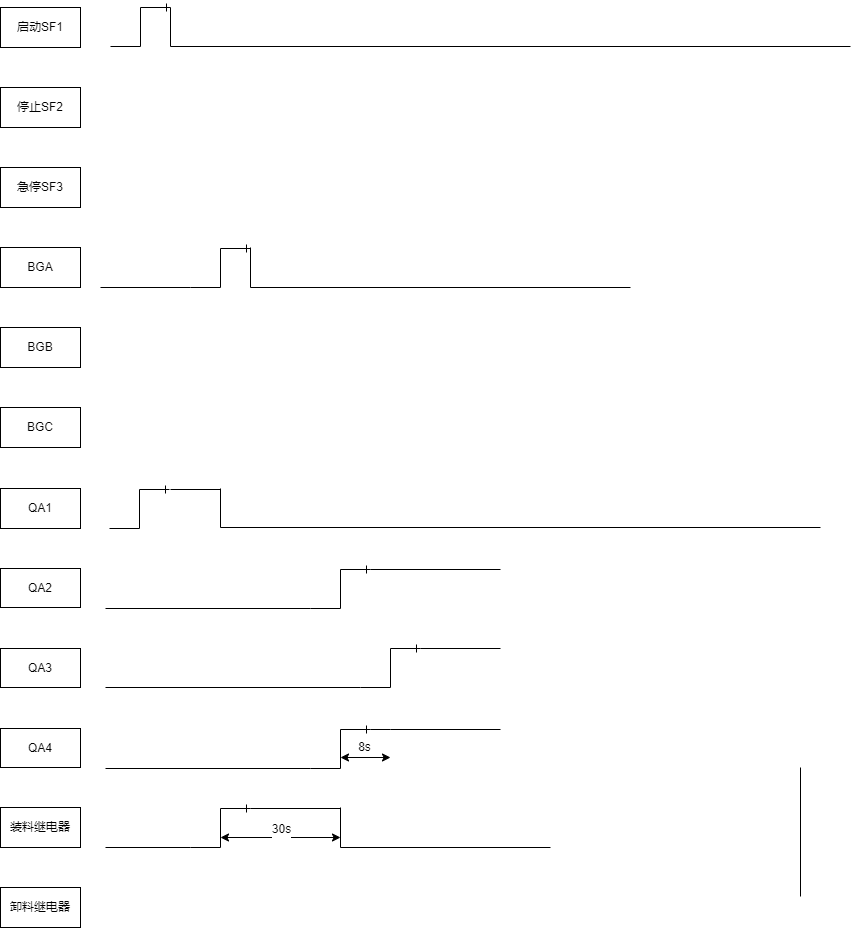
mj-allk/mjalk keeps this draw.io diagram as timedia.drawio.png. Above is the earlier version. Source tidied: cells renumbered, new cells last; positions are measured from the earlier drawing's top-left corner, leaving out a move shared by most shapes.
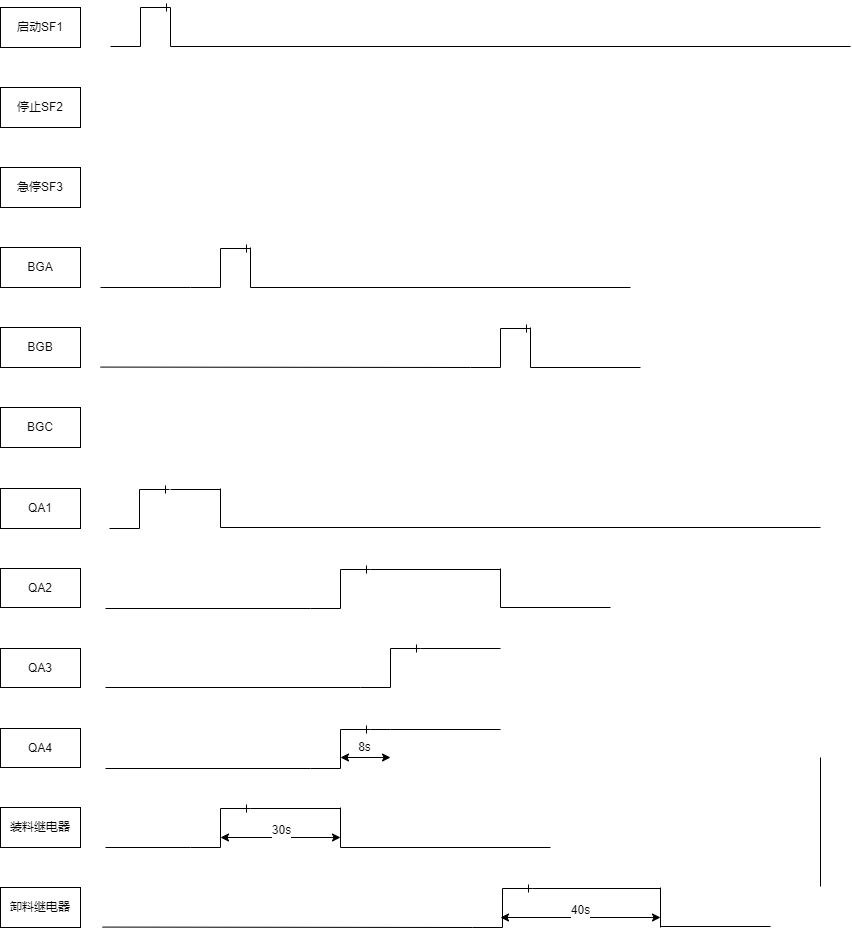
Above is the later version.

Change to the diagram source:
```diff
@@ -123,8 +123,8 @@
     </mxCell>
     <mxCell id="30" style="endArrow=none;html=1;rounded=0;" parent="1" edge="1">
       <mxGeometry relative="1" as="geometry">
-        <mxPoint x="800" y="889" as="sourcePoint" />
-        <mxPoint x="800" y="760" as="targetPoint" />
+        <mxPoint x="820" y="879" as="sourcePoint" />
+        <mxPoint x="820" y="750" as="targetPoint" />
       </mxGeometry>
     </mxCell>
     <mxCell id="31" style="endArrow=none;html=1;rounded=0;" parent="1" edge="1">
@@ -205,5 +205,70 @@
         <mxPoint x="500" y="722" as="targetPoint" />
       </mxGeometry>
     </mxCell>
+    <mxCell id="45" style="edgeStyle=entityRelationEdgeStyle;fontSize=12;html=1;endArrow=ERone;endFill=1;rounded=0;" parent="1" edge="1">
+      <mxGeometry relative="1" as="geometry">
+        <mxPoint x="470" y="360" as="sourcePoint" />
+        <mxPoint x="530" y="321" as="targetPoint" />
+      </mxGeometry>
+    </mxCell>
+    <mxCell id="46" style="endArrow=none;html=1;rounded=0;" parent="1" edge="1">
+      <mxGeometry relative="1" as="geometry">
+        <mxPoint x="530" y="360" as="sourcePoint" />
+        <mxPoint x="530" y="320" as="targetPoint" />
+      </mxGeometry>
+    </mxCell>
+    <mxCell id="47" style="line;strokeWidth=1;dashed=0;labelPosition=right;align=left;verticalAlign=middle;spacingTop=0;spacingLeft=6;" parent="1" vertex="1">
+      <mxGeometry x="530" y="355" width="110" height="10" as="geometry" />
+    </mxCell>
+    <mxCell id="48" style="endArrow=none;html=1;rounded=0;" parent="1" edge="1">
+      <mxGeometry relative="1" as="geometry">
+        <mxPoint x="100" y="359.6" as="sourcePoint" />
+        <mxPoint x="470" y="360" as="targetPoint" />
+      </mxGeometry>
+    </mxCell>
+    <mxCell id="49" style="endArrow=none;html=1;rounded=0;" parent="1" edge="1">
+      <mxGeometry relative="1" as="geometry">
+        <mxPoint x="500" y="600" as="sourcePoint" />
+        <mxPoint x="500" y="561" as="targetPoint" />
+      </mxGeometry>
+    </mxCell>
+    <mxCell id="50" style="line;strokeWidth=1;dashed=0;labelPosition=right;align=left;verticalAlign=middle;spacingTop=0;spacingLeft=6;" parent="1" vertex="1">
+      <mxGeometry x="500" y="595" width="110" height="10" as="geometry" />
+    </mxCell>
+    <mxCell id="51" style="edgeStyle=entityRelationEdgeStyle;fontSize=12;html=1;endArrow=ERone;endFill=1;rounded=0;" parent="1" edge="1">
+      <mxGeometry relative="1" as="geometry">
+        <mxPoint x="472" y="920" as="sourcePoint" />
+        <mxPoint x="532" y="881" as="targetPoint" />
+      </mxGeometry>
+    </mxCell>
+    <mxCell id="52" style="line;strokeWidth=1;dashed=0;labelPosition=right;align=left;verticalAlign=middle;spacingTop=0;spacingLeft=6;" parent="1" vertex="1">
+      <mxGeometry x="532" y="876" width="128" height="10" as="geometry" />
+    </mxCell>
+    <mxCell id="53" style="endArrow=none;html=1;rounded=0;" parent="1" edge="1">
+      <mxGeometry relative="1" as="geometry">
+        <mxPoint x="102" y="919.6" as="sourcePoint" />
+        <mxPoint x="472" y="920" as="targetPoint" />
+      </mxGeometry>
+    </mxCell>
+    <mxCell id="54" style="endArrow=classic;startArrow=classic;html=1;rounded=0;fontSize=18;" parent="1" edge="1">
+      <mxGeometry relative="1" as="geometry">
+        <mxPoint x="500" y="910" as="sourcePoint" />
+        <mxPoint x="660" y="910" as="targetPoint" />
+      </mxGeometry>
+    </mxCell>
+    <mxCell id="55" value="&lt;span style=&quot;font-size: 12px&quot;&gt;40s&lt;br&gt;&lt;/span&gt;" style="edgeLabel;html=1;align=center;verticalAlign=middle;fontSize=18;" parent="54" vertex="1">
+      <mxGeometry x="0.31" y="-3" relative="1" as="geometry">
+        <mxPoint x="-25" y="-13" as="offset" />
+      </mxGeometry>
+    </mxCell>
+    <mxCell id="56" style="endArrow=none;html=1;rounded=0;" parent="1" edge="1">
+      <mxGeometry relative="1" as="geometry">
+        <mxPoint x="660" y="920" as="sourcePoint" />
+        <mxPoint x="660" y="880" as="targetPoint" />
+      </mxGeometry>
+    </mxCell>
+    <mxCell id="57" style="line;strokeWidth=1;dashed=0;labelPosition=right;align=left;verticalAlign=middle;spacingTop=0;spacingLeft=6;" parent="1" vertex="1">
+      <mxGeometry x="660" y="914" width="110" height="10" as="geometry" />
+    </mxCell>
   </root>
 </mxGraphModel>
```
